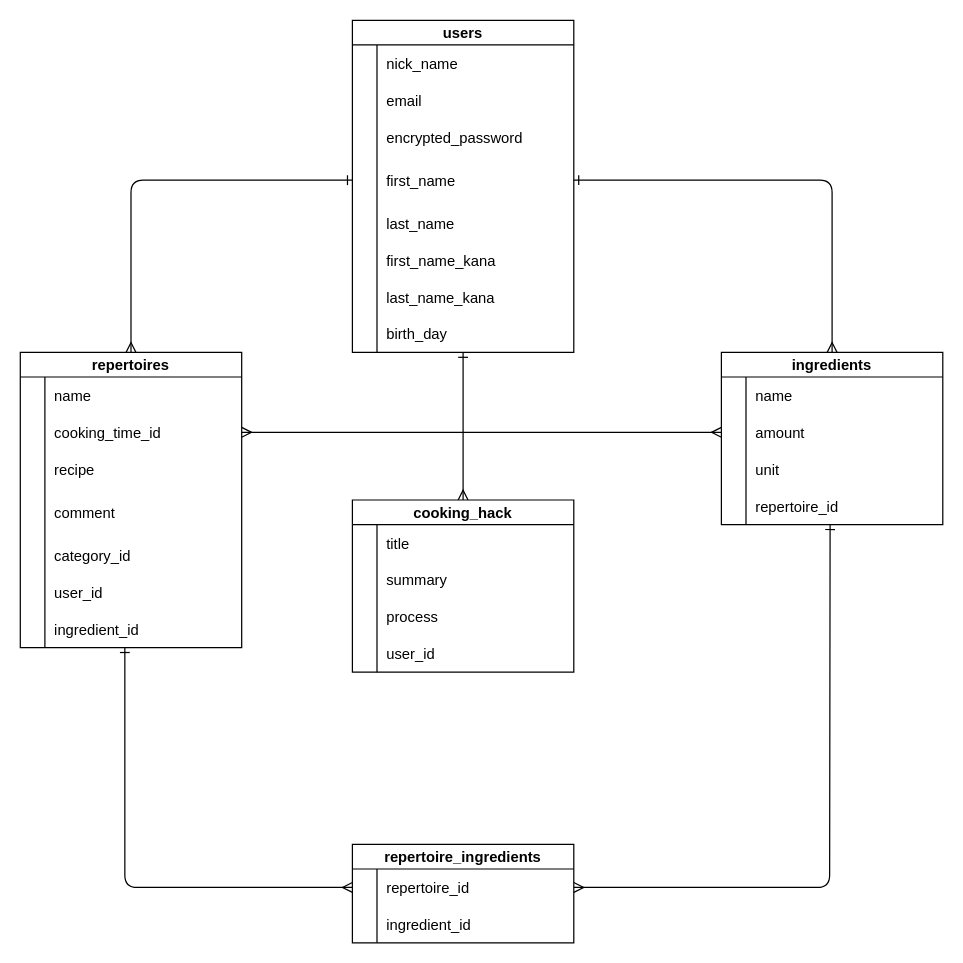
t-akuya/cookhack keeps this draw.io diagram as ER図.dio. Above is the earlier version. Source tidied: cells renumbered, new cells numbered last; positions are measured from the earlier drawing's top-left corner, leaving out a move shared by most shapes. Both pictures are drawn from the tidied source at 123%, with x=0, y=0 at pixel (20, 20).
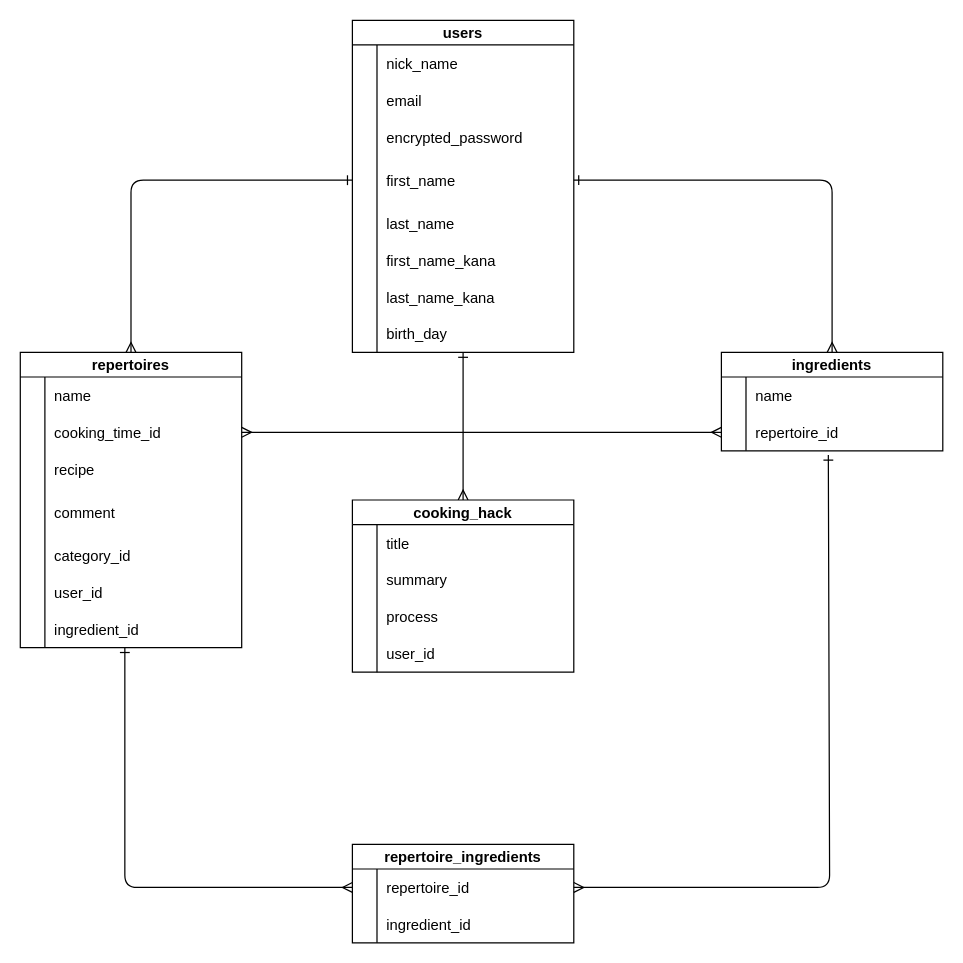
After the change.

Unchanged cells that the change refers to:
```xml
<mxCell id="67" style="shape=partialRectangle;fillColor=none;top=0;left=0;bottom=0;right=0;points=[[0,0.5],[1,0.5]];portConstraint=eastwest;" parent="63" vertex="1">
  <mxGeometry y="50" width="180" height="30" as="geometry" />
</mxCell>
<mxCell id="77" style="shape=partialRectangle;fillColor=none;top=0;left=0;bottom=0;right=0;points=[[0,0.5],[1,0.5]];portConstraint=eastwest;" parent="76" vertex="1">
  <mxGeometry y="20" width="180" height="30" as="geometry" />
</mxCell>
```

What changed in the source:
```diff
@@
     <mxCell id="63" value="ingredients" style="shape=table;startSize=20;childLayout=tableLayout;rowLines=0;fontStyle=1;align=center;" parent="1" vertex="1">
-      <mxGeometry x="570" y="270" width="180" height="140" as="geometry" />
+      <mxGeometry x="570" y="270" width="180" height="80" as="geometry" />
     </mxCell>
@@
-    <mxCell id="69" value="amount" style="shape=partialRectangle;fillColor=none;top=0;left=0;bottom=0;right=0;align=left;spacingLeft=6;overflow=hidden;" parent="67" vertex="1">
+    <mxCell id="69" value="repertoire_id" style="shape=partialRectangle;fillColor=none;top=0;left=0;bottom=0;right=0;align=left;spacingLeft=6;overflow=hidden;" parent="67" vertex="1">
       <mxGeometry x="20" width="160" height="30" as="geometry" />
     </mxCell>
-    <mxCell id="70" style="shape=partialRectangle;fillColor=none;top=0;left=0;bottom=0;right=0;" parent="63" vertex="1">
-      <mxGeometry y="80" width="180" height="30" as="geometry" />
-    </mxCell>
-    <mxCell id="71" style="shape=partialRectangle;fillColor=none;top=0;left=0;bottom=0;right=0;overflow=hidden;" parent="70" vertex="1">
-      <mxGeometry width="20" height="30" as="geometry" />
-    </mxCell>
-    <mxCell id="72" value="unit" style="shape=partialRectangle;fillColor=none;top=0;left=0;bottom=0;right=0;align=left;spacingLeft=6;overflow=hidden;" parent="70" vertex="1">
-      <mxGeometry x="20" width="160" height="30" as="geometry" />
-    </mxCell>
-    <mxCell id="73" style="shape=partialRectangle;fillColor=none;top=0;left=0;bottom=0;right=0;points=[[0,0.5],[1,0.5]];portConstraint=eastwest;" parent="63" vertex="1">
-      <mxGeometry y="110" width="180" height="30" as="geometry" />
-    </mxCell>
-    <mxCell id="74" style="shape=partialRectangle;fillColor=none;top=0;left=0;bottom=0;right=0;overflow=hidden;" parent="73" vertex="1">
-      <mxGeometry width="20" height="30" as="geometry" />
-    </mxCell>
-    <mxCell id="75" value="repertoire_id" style="shape=partialRectangle;fillColor=none;top=0;left=0;bottom=0;right=0;align=left;spacingLeft=6;overflow=hidden;" parent="73" vertex="1">
-      <mxGeometry x="20" width="160" height="30" as="geometry" />
-    </mxCell>
@@
-    <mxCell id="86" style="edgeStyle=none;html=1;exitX=1;exitY=0.5;exitDx=0;exitDy=0;entryX=0.491;entryY=1;entryDx=0;entryDy=0;fontFamily=Helvetica;fontSize=12;fontColor=default;startArrow=ERmany;startFill=0;endArrow=ERone;endFill=0;entryPerimeter=0;" parent="1" edge="1" source="77" target="73">
+    <mxCell id="86" style="edgeStyle=none;html=1;exitX=1;exitY=0.5;exitDx=0;exitDy=0;entryX=0.483;entryY=1.117;entryDx=0;entryDy=0;fontFamily=Helvetica;fontSize=12;fontColor=default;startArrow=ERmany;startFill=0;endArrow=ERone;endFill=0;entryPerimeter=0;" parent="1" edge="1" source="77" target="67">
       <mxGeometry relative="1" as="geometry">
         <Array as="points">
           <mxPoint x="658" y="705" />
         </Array>
       </mxGeometry>
     </mxCell>
```
